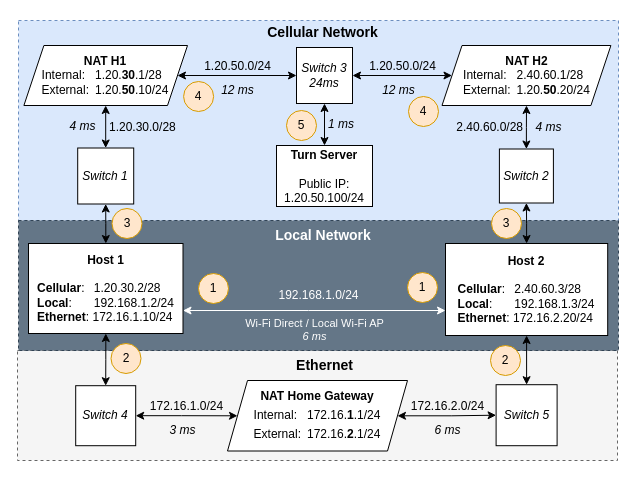
This is resources/mininet_full_setup.drawio from JustusvonderBeek/master-thesis-scripts-and-measures, a draw.io file, before an edit. Source tidied: cells renumbered, new cells numbered last; positions are measured from the earlier drawing's top-left corner, leaving out a move shared by most shapes. Both pictures are drawn from the tidied source at 100%, with x=0, y=0 at pixel (17, 17).
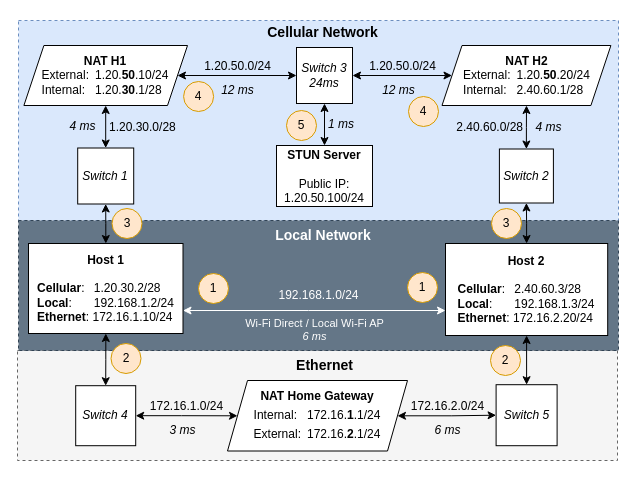
The same diagram, later.

What changed in the source:
```diff
@@
-    <mxCell id="17" value="&lt;div&gt;&lt;b&gt;Turn Server&lt;/b&gt;&lt;/div&gt;&lt;div&gt;&lt;br&gt;&lt;/div&gt;&lt;div&gt;Public IP:&lt;/div&gt;&lt;div&gt;1.20.50.100/24&lt;br&gt;&lt;/div&gt;" style="rounded=0;whiteSpace=wrap;html=1;" parent="1" vertex="1">
+    <mxCell id="17" value="&lt;div&gt;&lt;b&gt;STUN Server&lt;/b&gt;&lt;/div&gt;&lt;div&gt;&lt;br&gt;&lt;/div&gt;&lt;div&gt;Public IP:&lt;/div&gt;&lt;div&gt;1.20.50.100/24&lt;br&gt;&lt;/div&gt;" style="rounded=0;whiteSpace=wrap;html=1;" parent="1" vertex="1">
       <mxGeometry x="259" y="128" width="96" height="61" as="geometry" />
     </mxCell>
@@
-    <mxCell id="36" value="&lt;b style=&quot;forced-color-adjust: none; color: rgb(0, 0, 0); font-family: Helvetica; font-size: 12px; font-style: normal; font-variant-ligatures: normal; font-variant-caps: normal; letter-spacing: normal; orphans: 2; text-align: center; text-indent: 0px; text-transform: none; widows: 2; word-spacing: 0px; -webkit-text-stroke-width: 0px; white-space: normal; text-decoration-thickness: initial; text-decoration-style: initial; text-decoration-color: initial;&quot;&gt;NAT H2&lt;/b&gt;&lt;br style=&quot;forced-color-adjust: none; color: rgb(0, 0, 0); font-family: Helvetica; font-size: 12px; font-style: normal; font-variant-ligatures: normal; font-variant-caps: normal; font-weight: 400; letter-spacing: normal; orphans: 2; text-align: center; text-indent: 0px; text-transform: none; widows: 2; word-spacing: 0px; -webkit-text-stroke-width: 0px; white-space: normal; text-decoration-thickness: initial; text-decoration-style: initial; text-decoration-color: initial;&quot;&gt;&lt;div style=&quot;text-align: left; forced-color-adjust: none; color: rgb(0, 0, 0); font-family: Helvetica; font-size: 12px; font-style: normal; font-variant-ligatures: normal; font-variant-caps: normal; font-weight: 400; letter-spacing: normal; orphans: 2; text-indent: 0px; text-transform: none; widows: 2; word-spacing: 0px; -webkit-text-stroke-width: 0px; white-space: normal; text-decoration-thickness: initial; text-decoration-style: initial; text-decoration-color: initial;&quot;&gt;&lt;span style=&quot;forced-color-adjust: none;&quot;&gt;Internal:&lt;span style=&quot;white-space: pre;&quot;&gt;&#9;&lt;/span&gt;2.40.60.1/28&lt;/span&gt;&lt;/div&gt;&lt;div style=&quot;text-align: left; forced-color-adjust: none; color: rgb(0, 0, 0); font-family: Helvetica; font-size: 12px; font-style: normal; font-variant-ligatures: normal; font-variant-caps: normal; letter-spacing: normal; orphans: 2; text-indent: 0px; text-transform: none; widows: 2; word-spacing: 0px; -webkit-text-stroke-width: 0px; white-space: normal; text-decoration-thickness: initial; text-decoration-style: initial; text-decoration-color: initial;&quot;&gt;&lt;span style=&quot;font-weight: 400;&quot;&gt;External:&lt;span style=&quot;white-space: pre;&quot;&gt;&#9;&lt;/span&gt;1.20.&lt;/span&gt;&lt;b&gt;50&lt;/b&gt;.20/24&lt;br&gt;&lt;/div&gt;" style="shape=parallelogram;perimeter=parallelogramPerimeter;whiteSpace=wrap;html=1;fixedSize=1;" parent="1" vertex="1">
+    <mxCell id="36" value="&lt;b style=&quot;forced-color-adjust: none; color: rgb(0, 0, 0); font-family: Helvetica; font-size: 12px; font-style: normal; font-variant-ligatures: normal; font-variant-caps: normal; letter-spacing: normal; orphans: 2; text-align: center; text-indent: 0px; text-transform: none; widows: 2; word-spacing: 0px; -webkit-text-stroke-width: 0px; white-space: normal; text-decoration-thickness: initial; text-decoration-style: initial; text-decoration-color: initial;&quot;&gt;NAT H2&lt;/b&gt;&lt;br style=&quot;forced-color-adjust: none; color: rgb(0, 0, 0); font-family: Helvetica; font-size: 12px; font-style: normal; font-variant-ligatures: normal; font-variant-caps: normal; font-weight: 400; letter-spacing: normal; orphans: 2; text-align: center; text-indent: 0px; text-transform: none; widows: 2; word-spacing: 0px; -webkit-text-stroke-width: 0px; white-space: normal; text-decoration-thickness: initial; text-decoration-style: initial; text-decoration-color: initial;&quot;&gt;&lt;div style=&quot;text-align: left; forced-color-adjust: none; color: rgb(0, 0, 0); font-family: Helvetica; font-size: 12px; font-style: normal; font-variant-ligatures: normal; font-variant-caps: normal; font-weight: 400; letter-spacing: normal; orphans: 2; text-indent: 0px; text-transform: none; widows: 2; word-spacing: 0px; -webkit-text-stroke-width: 0px; white-space: normal; text-decoration-thickness: initial; text-decoration-style: initial; text-decoration-color: initial;&quot;&gt;&lt;span style=&quot;background-color: initial;&quot;&gt;External:&lt;span style=&quot;white-space: pre;&quot;&gt;&#9;&lt;/span&gt;1.20.&lt;/span&gt;&lt;b style=&quot;background-color: initial;&quot;&gt;50&lt;/b&gt;&lt;span style=&quot;background-color: initial;&quot;&gt;.20/24&lt;/span&gt;&lt;br&gt;&lt;/div&gt;&lt;div style=&quot;text-align: left; forced-color-adjust: none; color: rgb(0, 0, 0); font-family: Helvetica; font-size: 12px; font-style: normal; font-variant-ligatures: normal; font-variant-caps: normal; font-weight: 400; letter-spacing: normal; orphans: 2; text-indent: 0px; text-transform: none; widows: 2; word-spacing: 0px; -webkit-text-stroke-width: 0px; white-space: normal; text-decoration-thickness: initial; text-decoration-style: initial; text-decoration-color: initial;&quot;&gt;&lt;div&gt;Internal:&lt;span style=&quot;white-space: pre;&quot;&gt;&#9;&lt;/span&gt;2.40.60.1/28&lt;/div&gt;&lt;/div&gt;" style="shape=parallelogram;perimeter=parallelogramPerimeter;whiteSpace=wrap;html=1;fixedSize=1;" parent="1" vertex="1">
       <mxGeometry x="424.5" y="28" width="168.9" height="60" as="geometry" />
     </mxCell>
-    <mxCell id="37" value="&lt;b&gt;NAT H1&lt;/b&gt;&lt;br&gt;&lt;div style=&quot;text-align: left;&quot;&gt;Internal:&lt;span style=&quot;white-space: pre;&quot;&gt;&#9;&lt;/span&gt;1.20.&lt;b&gt;30&lt;/b&gt;.1/28&lt;/div&gt;&lt;div style=&quot;text-align: left;&quot;&gt;External:&lt;span style=&quot;white-space: pre;&quot;&gt;&#9;&lt;/span&gt;1.20.&lt;b&gt;50&lt;/b&gt;.10/24&lt;/div&gt;" style="shape=parallelogram;perimeter=parallelogramPerimeter;whiteSpace=wrap;html=1;fixedSize=1;" parent="1" vertex="1">
+    <mxCell id="37" value="&lt;b&gt;NAT H1&lt;/b&gt;&lt;br&gt;&lt;div style=&quot;text-align: left;&quot;&gt;&lt;span style=&quot;background-color: initial;&quot;&gt;External:&lt;/span&gt;&lt;span style=&quot;background-color: initial; white-space: pre;&quot;&gt;&#9;&lt;/span&gt;&lt;span style=&quot;background-color: initial;&quot;&gt;1.20.&lt;/span&gt;&lt;b style=&quot;background-color: initial;&quot;&gt;50&lt;/b&gt;&lt;span style=&quot;background-color: initial;&quot;&gt;.10/24&lt;/span&gt;&lt;br&gt;&lt;/div&gt;&lt;div style=&quot;text-align: left;&quot;&gt;Internal:&lt;span style=&quot;white-space: pre;&quot;&gt;&#9;&lt;/span&gt;1.20.&lt;b&gt;30&lt;/b&gt;.1/28&lt;span style=&quot;background-color: initial;&quot;&gt;&lt;br&gt;&lt;/span&gt;&lt;/div&gt;" style="shape=parallelogram;perimeter=parallelogramPerimeter;whiteSpace=wrap;html=1;fixedSize=1;" parent="1" vertex="1">
       <mxGeometry x="6.4" y="28" width="163.6" height="60" as="geometry" />
     </mxCell>
```
